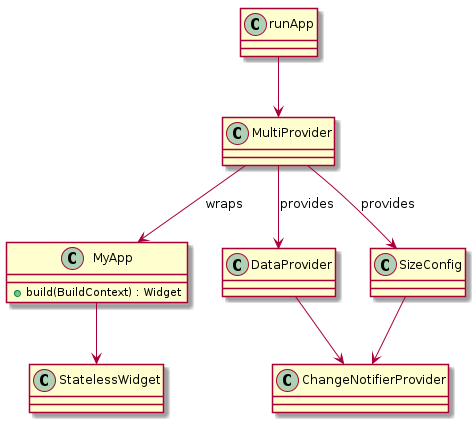
MirkoThulke/Dart_Flutter_Sudoku keeps this PlantUML diagram as doc/diagrams/main.png. Above is the earlier version. Its source is kept beside it as lib/main.puml. Source of this version:
```plantuml
@startuml


class MyApp {
    +build(BuildContext) : Widget
}

class MultiProvider
class ChangeNotifierProvider
class runApp

DataProvider --> ChangeNotifierProvider
SizeConfig --> ChangeNotifierProvider

runApp --> MultiProvider
MultiProvider --> DataProvider : provides
MultiProvider --> SizeConfig : provides
MultiProvider --> MyApp : wraps

MyApp --> StatelessWidget

@enduml
```
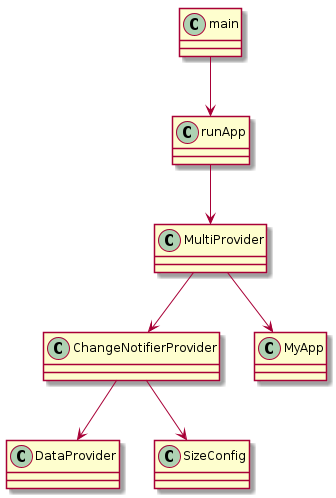
After the change.

Change to the diagram source:
```diff
@@ -1,22 +1,83 @@
-@startuml
+@startuml App_Bootstrap_Provider_ClassDiagram
+title Flutter App Bootstrap & Provider Architecture
+
+skinparam classAttributeIconSize 0
+skinparam shadowing false
+
+package "Application Entry" {
+
+class main {
++main() : void
+}
+
+class runApp {
++runApp(widget)
+}
+
+}
+
+package "Provider Framework" {
+
+class MultiProvider {
++providers : List<Provider>
++child : Widget
+}
+
+class ChangeNotifierProvider {
++create()
+}
+
+class ChangeNotifier
+
+}
+
+package "State Management" {
+
+class DataProvider {
++notifyListeners()
++gameState
+}
+
+class SizeConfig {
++init(context)
++orientation
++screenWidth
+}
+
+}
+
+package "Application Root Widget" {
+
+class MyApp {
++build(context)
+}
+
+class StatelessWidget
+MyApp --|> StatelessWidget
+
+}
+
+package "Flutter Core" {
+
+class Widget
+
+}
 
 
-class MyApp {
-    +build(BuildContext) : Widget
-}
+main --> runApp : calls
 
-class MultiProvider
-class ChangeNotifierProvider
-class runApp
+runApp --> MultiProvider : root widget
 
-DataProvider --> ChangeNotifierProvider
-SizeConfig --> ChangeNotifierProvider
+MultiProvider --> ChangeNotifierProvider : contains
 
-runApp --> MultiProvider
-MultiProvider --> DataProvider : provides
-MultiProvider --> SizeConfig : provides
-MultiProvider --> MyApp : wraps
+ChangeNotifierProvider --> DataProvider : provides
+ChangeNotifierProvider --> SizeConfig : provides
 
-MyApp --> StatelessWidget
+MultiProvider --> MyApp : child
+
+DataProvider --|> ChangeNotifier
+SizeConfig --|> ChangeNotifier
+
+MyApp --> Widget
 
 @enduml
```
